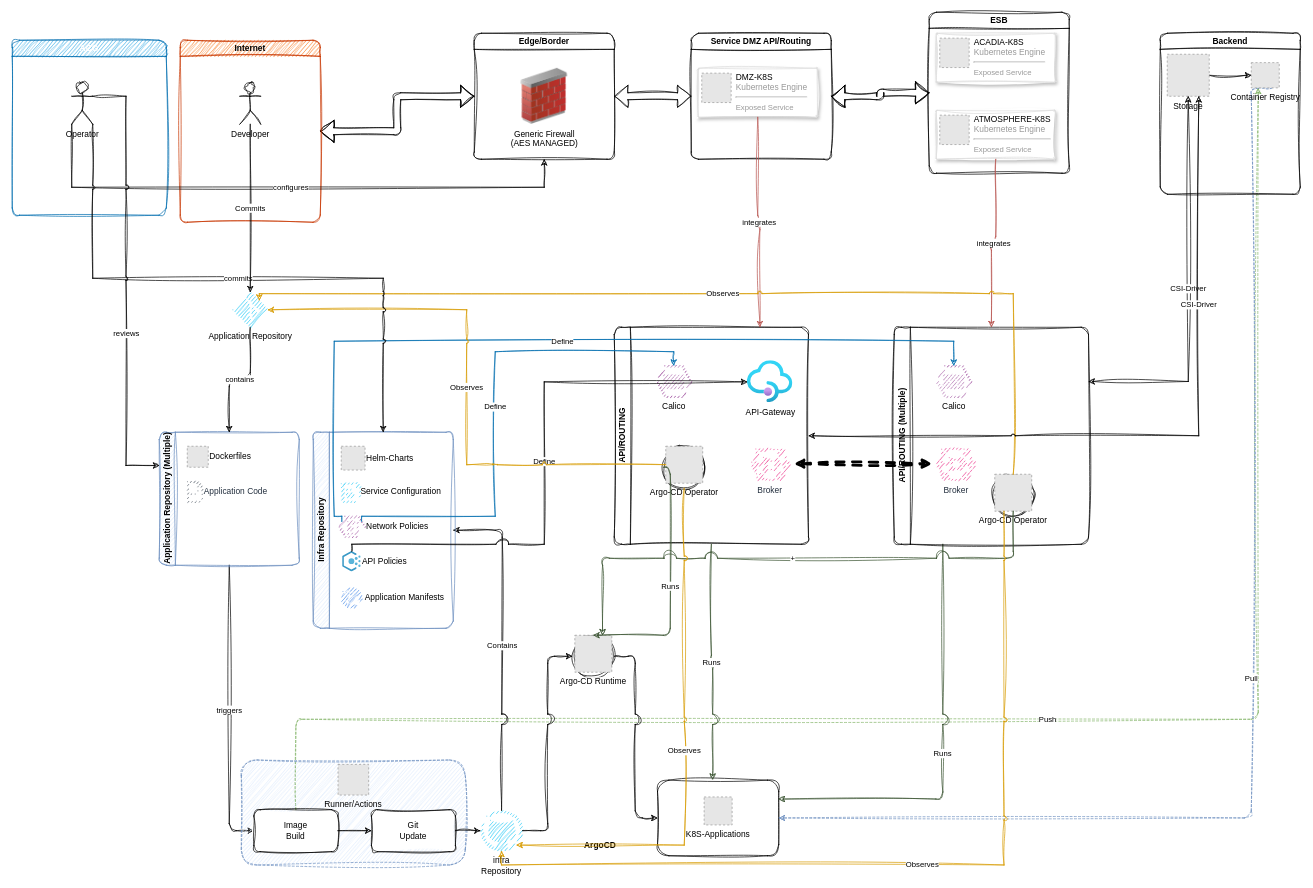
Earlier version of the draw.io diagram Raw_overview.drawio (B4S71/drawio-swim). Source tidied: cells renumbered, new cells numbered last; positions are measured from the earlier drawing's top-left corner, leaving out a move shared by most shapes. Both pictures are drawn from the tidied source at 70%, with x=0, y=0 at pixel (12, 12). Pictures stored in the file or linked from it are replaced by grey dashed boxes.
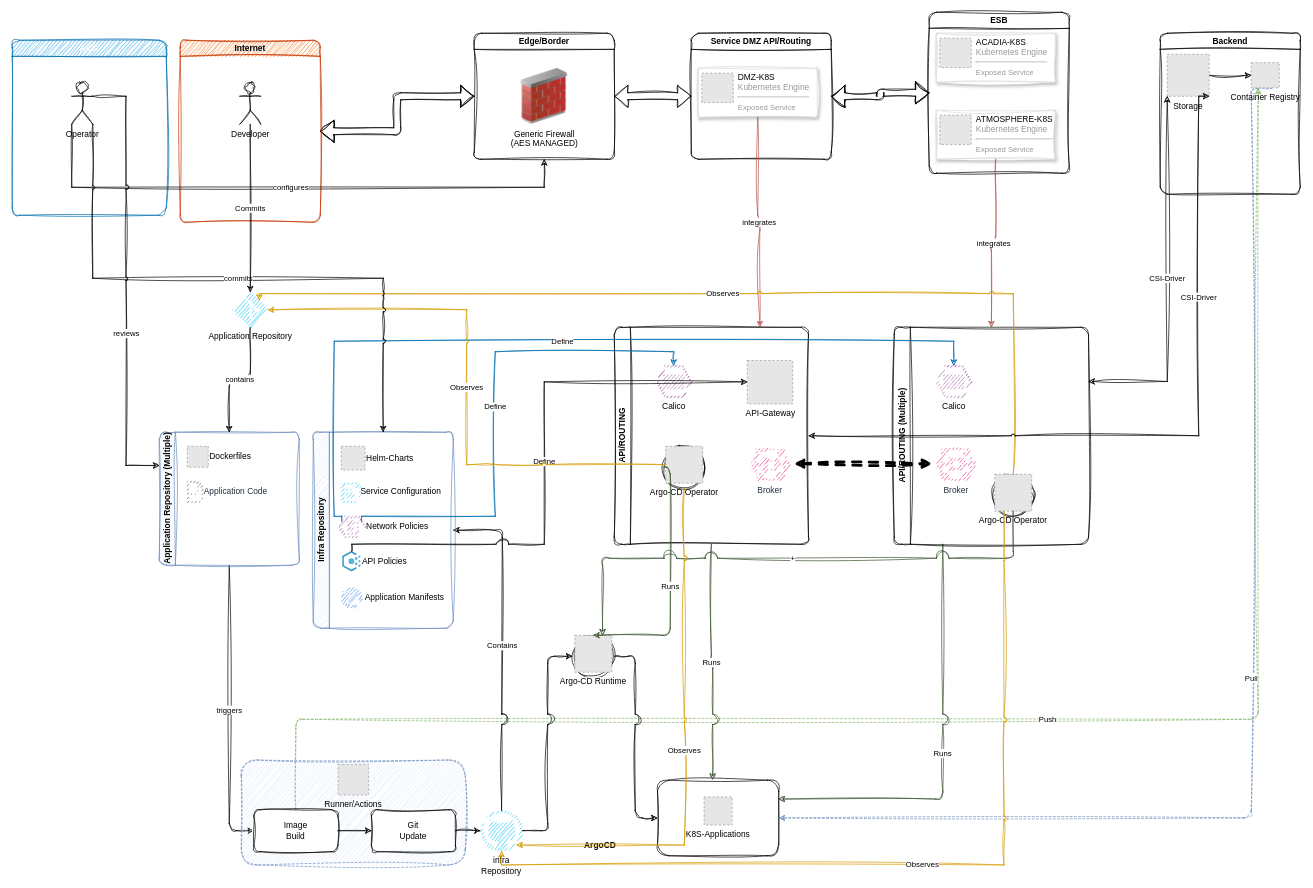
After the change.

Unchanged cells that the change refers to:
```xml
<mxCell id="13" style="strokeColor=#dddddd;shadow=1;strokeWidth=1;rounded=1;absoluteArcSize=1;arcSize=2;sketch=1;curveFitting=1;jiggle=2;" parent="12" vertex="1">
  <mxGeometry x="10" y="50" width="170" height="70" as="geometry" />
</mxCell>
<mxCell id="20" value="API/ROUTING" style="swimlane;horizontal=0;whiteSpace=wrap;html=1;rounded=1;sketch=1;curveFitting=1;jiggle=2;" parent="4" vertex="1">
  <mxGeometry x="860" y="450" width="277.5" height="310" as="geometry" />
</mxCell>
<mxCell id="29" style="strokeColor=#dddddd;shadow=1;strokeWidth=1;rounded=1;absoluteArcSize=1;arcSize=2;sketch=1;curveFitting=1;jiggle=2;" parent="28" vertex="1">
  <mxGeometry x="10" y="30" width="170" height="70" as="geometry" />
</mxCell>
<mxCell id="31" style="strokeColor=#dddddd;shadow=1;strokeWidth=1;rounded=1;absoluteArcSize=1;arcSize=2;sketch=1;curveFitting=1;jiggle=2;" parent="28" vertex="1">
  <mxGeometry x="10" y="140" width="170" height="70" as="geometry" />
</mxCell>
<mxCell id="51" value="API/ROUTING (Multiple)" style="swimlane;horizontal=0;whiteSpace=wrap;html=1;rounded=1;sketch=1;curveFitting=1;jiggle=2;" parent="4" vertex="1">
  <mxGeometry x="1260" y="450" width="277.5" height="310" as="geometry" />
</mxCell>
<mxCell id="83" value="Backend" style="swimlane;whiteSpace=wrap;html=1;rounded=1;sketch=1;curveFitting=1;jiggle=2;" parent="4" vertex="1">
  <mxGeometry x="1640" y="30" width="200" height="230" as="geometry" />
</mxCell>
<mxCell id="85" value="Storage" style="fillColor=#E6E6E6;strokeColor=#999999;dashed=1;verticalLabelPosition=bottom;labelBackgroundColor=default;verticalAlign=top;" parent="83" vertex="1">
  <mxGeometry x="10" y="30" width="60" height="60" as="geometry" />
</mxCell>
```

Diff of the diagram source:
```diff
@@
     <mxCell id="14" value="&lt;font color=&quot;#000000&quot;&gt;DMZ-K8S&lt;/font&gt;&lt;br&gt;Kubernetes Engine&lt;hr&gt;&lt;span style=&quot;font-size: 11px;&quot;&gt;Exposed Service&lt;/span&gt;" style="fillColor=#E6E6E6;strokeColor=#999999;dashed=1;html=1;labelPosition=right;verticalLabelPosition=middle;align=left;verticalAlign=top;spacingLeft=5;fontColor=#999999;fontSize=12;spacingTop=-8;" parent="13" vertex="1">
-      <mxGeometry width="42" height="42" relative="1" as="geometry">
+      <mxGeometry width="45" height="42" relative="1" as="geometry">
         <mxPoint x="5" y="7" as="offset" />
       </mxGeometry>
     </mxCell>
@@
-    <mxCell id="22" value="API-Gateway" style="image;html=1;points=[];align=center;fontSize=12;image=img/lib/azure2/integration/API_Management_Services.svg;rounded=1;sketch=1;curveFitting=1;jiggle=2;" parent="20" vertex="1">
-      <mxGeometry x="190" y="47.5" width="65" height="60" as="geometry" />
+    <mxCell id="22" value="API-Gateway" style="fillColor=#E6E6E6;strokeColor=#999999;dashed=1;verticalLabelPosition=bottom;verticalAlign=top;html=1;align=center;fontSize=12;" parent="20" vertex="1">
+      <mxGeometry x="190" y="47.5" width="65" height="62" as="geometry" />
     </mxCell>
@@
     <mxCell id="30" value="&lt;font color=&quot;#000000&quot;&gt;ACADIA-K8S&lt;/font&gt;&lt;br&gt;Kubernetes Engine&lt;hr&gt;&lt;span style=&quot;font-size: 11px;&quot;&gt;Exposed Service&lt;/span&gt;" style="fillColor=#E6E6E6;strokeColor=#999999;dashed=1;html=1;labelPosition=right;verticalLabelPosition=middle;align=left;verticalAlign=top;spacingLeft=5;fontColor=#999999;fontSize=12;spacingTop=-8;" parent="29" vertex="1">
-      <mxGeometry width="42" height="42" relative="1" as="geometry">
+      <mxGeometry width="45" height="42" relative="1" as="geometry">
         <mxPoint x="5" y="7" as="offset" />
       </mxGeometry>
     </mxCell>
@@
     <mxCell id="32" value="&lt;font color=&quot;#000000&quot;&gt;ATMOSPHERE-K8S&lt;/font&gt;&lt;br&gt;Kubernetes Engine&lt;hr&gt;&lt;span style=&quot;font-size: 11px;&quot;&gt;Exposed Service&lt;/span&gt;" style="fillColor=#E6E6E6;strokeColor=#999999;dashed=1;html=1;labelPosition=right;verticalLabelPosition=middle;align=left;verticalAlign=top;spacingLeft=5;fontColor=#999999;fontSize=12;spacingTop=-8;" parent="31" vertex="1">
-      <mxGeometry width="42" height="42" relative="1" as="geometry">
+      <mxGeometry width="45" height="42" relative="1" as="geometry">
         <mxPoint x="5" y="7" as="offset" />
       </mxGeometry>
     </mxCell>
@@
-    <mxCell id="84" style="edgeStyle=orthogonalEdgeStyle;shape=connector;rounded=0;sketch=1;jiggle=2;curveFitting=1;jumpStyle=arc;jettySize=auto;html=1;entryX=0;entryY=0.5;entryDx=0;entryDy=0;strokeColor=default;align=center;verticalAlign=middle;fontFamily=Helvetica;fontSize=11;fontColor=default;labelBackgroundColor=default;endArrow=classic;" parent="83" edge="1" source="85" target="86">
-      <mxGeometry relative="1" as="geometry" />
+    <mxCell id="84" style="edgeStyle=orthogonalEdgeStyle;shape=connector;rounded=0;sketch=1;jiggle=2;curveFitting=1;jumpStyle=arc;jettySize=auto;html=1;entryX=0;entryY=0.5;entryDx=0;entryDy=0;strokeColor=default;align=center;verticalAlign=middle;fontFamily=Helvetica;fontSize=11;fontColor=default;labelBackgroundColor=default;endArrow=classic;" parent="83" edge="1" target="86">
+      <mxGeometry relative="1" as="geometry">
+        <mxPoint x="70" y="60" as="sourcePoint" />
+      </mxGeometry>
     </mxCell>
+    <mxCell id="86" value="Container Registry" style="fillColor=#E6E6E6;strokeColor=#999999;dashed=1;html=1;verticalLabelPosition=bottom;labelBackgroundColor=none;verticalAlign=top;" parent="83" vertex="1">
+      <mxGeometry x="130" y="42" width="40" height="36" as="geometry" />
+    </mxCell>
@@
-    <mxCell id="86" value="Container Registry" style="fillColor=#E6E6E6;strokeColor=#999999;dashed=1;html=1;verticalLabelPosition=bottom;labelBackgroundColor=none;verticalAlign=top;" parent="83" vertex="1">
-      <mxGeometry x="130" y="42" width="40" height="36" as="geometry" />
-    </mxCell>
-    <mxCell id="87" value="CSI-Driver" style="endArrow=classic;startArrow=classic;html=1;rounded=0;sketch=1;jiggle=2;curveFitting=1;strokeColor=default;align=center;verticalAlign=middle;fontFamily=Helvetica;fontSize=11;fontColor=default;labelBackgroundColor=default;edgeStyle=orthogonalEdgeStyle;jumpStyle=arc;exitX=1;exitY=0.25;exitDx=0;exitDy=0;entryX=0.5;entryY=1;entryDx=0;entryDy=0;" parent="4" edge="1" source="51" target="85">
+    <mxCell id="87" value="CSI-Driver" style="endArrow=classic;startArrow=classic;html=1;rounded=0;sketch=1;jiggle=2;curveFitting=1;strokeColor=default;align=center;verticalAlign=middle;fontFamily=Helvetica;fontSize=11;fontColor=default;labelBackgroundColor=default;edgeStyle=orthogonalEdgeStyle;jumpStyle=arc;exitX=1;exitY=0.25;exitDx=0;exitDy=0;entryX=0;entryY=1;entryDx=0;entryDy=0;" parent="4" edge="1" source="51" target="85">
       <mxGeometry relative="1" as="geometry" />
     </mxCell>
-    <mxCell id="88" value="CSI-Driver" style="endArrow=classic;startArrow=classic;html=1;rounded=0;sketch=1;jiggle=2;curveFitting=1;strokeColor=default;align=center;verticalAlign=middle;fontFamily=Helvetica;fontSize=11;fontColor=default;labelBackgroundColor=default;edgeStyle=orthogonalEdgeStyle;jumpStyle=arc;entryX=0.75;entryY=1;entryDx=0;entryDy=0;exitX=1;exitY=0.5;exitDx=0;exitDy=0;" parent="4" edge="1" source="20" target="85">
+    <mxCell id="88" value="CSI-Driver" style="endArrow=classic;startArrow=classic;html=1;rounded=0;sketch=1;jiggle=2;curveFitting=1;strokeColor=default;align=center;verticalAlign=middle;fontFamily=Helvetica;fontSize=11;fontColor=default;labelBackgroundColor=default;edgeStyle=orthogonalEdgeStyle;jumpStyle=arc;entryX=1;entryY=1;entryDx=0;entryDy=0;exitX=1;exitY=0.5;exitDx=0;exitDy=0;" parent="4" edge="1" source="20" target="85">
       <mxGeometry x="0.43" relative="1" as="geometry">
         <Array as="points">
           <mxPoint x="1695" y="605" />
+          <mxPoint x="1695" y="120" />
         </Array>
       </mxGeometry>
     </mxCell>
```
